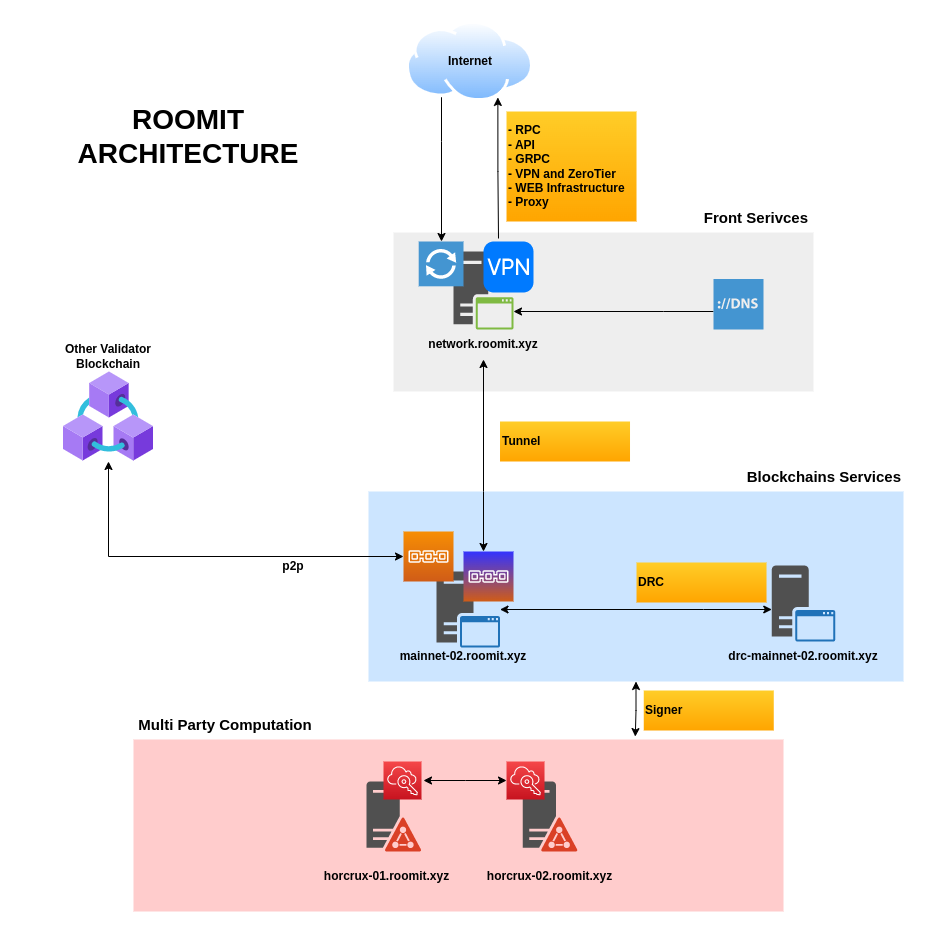
roomit-xyz/stake.roomit.xyz keeps this draw.io diagram as img/powered/RoomIT-Network.png. Above is the earlier version. Source tidied: cells renumbered, new cells last; positions are measured from the earlier drawing's top-left corner, leaving out a move shared by most shapes.
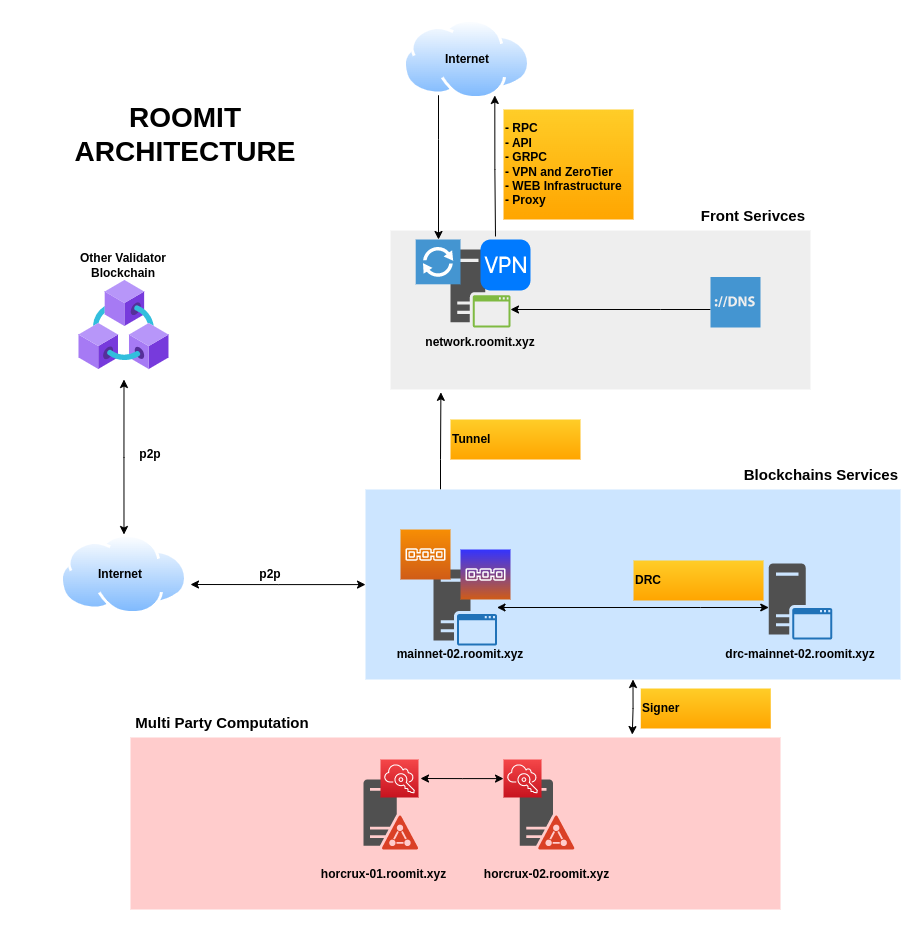
After the change.

Commit message:
Change DIagram Infrastructure

The edit, as a diff of the source:
```diff
@@ -8,6 +8,19 @@
     <mxCell id="3" style="edgeStyle=orthogonalEdgeStyle;rounded=0;jettySize=auto;html=1;exitX=0.5;exitY=1;exitDx=0;exitDy=0;entryX=0.772;entryY=-0.017;entryDx=0;entryDy=0;entryPerimeter=0;startArrow=classic;startFill=1;" parent="1" edge="1" source="4" target="7">
       <mxGeometry relative="1" as="geometry" />
     </mxCell>
+    <mxCell id="44" style="edgeStyle=orthogonalEdgeStyle;rounded=0;jettySize=auto;html=1;entryX=0.12;entryY=1.018;entryDx=0;entryDy=0;entryPerimeter=0;" parent="1" edge="1" source="4" target="2">
+      <mxGeometry relative="1" as="geometry">
+        <Array as="points">
+          <mxPoint x="420" y="440" />
+          <mxPoint x="420" y="440" />
+        </Array>
+      </mxGeometry>
+    </mxCell>
+    <mxCell id="45" style="edgeStyle=orthogonalEdgeStyle;rounded=0;jettySize=auto;html=1;startArrow=classic;startFill=1;" parent="1" edge="1" source="4">
+      <mxGeometry relative="1" as="geometry">
+        <mxPoint x="170" y="565" as="targetPoint" />
+      </mxGeometry>
+    </mxCell>
     <mxCell id="4" style="rounded=0;whiteSpace=wrap;html=1;fillColor=#cce5ff;strokeColor=none;" parent="1" vertex="1">
       <mxGeometry x="345" y="470" width="535" height="190" as="geometry" />
     </mxCell>
@@ -40,14 +53,6 @@
     <mxCell id="12" style="html=1;strokeWidth=1;shadow=0;dashed=0;shape=mxgraph.ios7.misc.vpn;fillColor=#007AFF;strokeColor=none;buttonText=;strokeColor2=#222222;fontColor=#222222;fontSize=8;verticalLabelPosition=bottom;verticalAlign=top;align=center;sketch=0;" parent="1" vertex="1">
       <mxGeometry x="460" y="220" width="50" height="51" as="geometry" />
     </mxCell>
-    <mxCell id="13" style="edgeStyle=orthogonalEdgeStyle;rounded=0;jettySize=auto;html=1;endArrow=classic;endFill=1;strokeWidth=1;startArrow=classic;startFill=1;" parent="1" edge="1" source="14" target="22">
-      <mxGeometry relative="1" as="geometry">
-        <Array as="points">
-          <mxPoint x="460" y="470" />
-          <mxPoint x="460" y="470" />
-        </Array>
-      </mxGeometry>
-    </mxCell>
     <mxCell id="14" value="network.roomit.xyz" style="text;html=1;strokeColor=none;fillColor=none;align=center;verticalAlign=middle;whiteSpace=wrap;rounded=0;fontStyle=1;" parent="1" vertex="1">
       <mxGeometry x="430" y="308" width="60" height="30" as="geometry" />
     </mxCell>
@@ -71,9 +76,6 @@
     <mxCell id="19" value="Internet" style="text;html=1;strokeColor=none;fillColor=none;align=center;verticalAlign=middle;whiteSpace=wrap;rounded=0;fontStyle=1;" parent="1" vertex="1">
       <mxGeometry x="416.5" y="25" width="60" height="30" as="geometry" />
     </mxCell>
-    <mxCell id="20" style="edgeStyle=orthogonalEdgeStyle;rounded=0;jettySize=auto;html=1;startArrow=classic;startFill=1;fontStyle=1;strokeWidth=1;" parent="1" edge="1" source="21" target="24">
-      <mxGeometry relative="1" as="geometry" />
-    </mxCell>
     <mxCell id="21" style="sketch=0;points=[[0,0,0],[0.25,0,0],[0.5,0,0],[0.75,0,0],[1,0,0],[0,1,0],[0.25,1,0],[0.5,1,0],[0.75,1,0],[1,1,0],[0,0.25,0],[0,0.5,0],[0,0.75,0],[1,0.25,0],[1,0.5,0],[1,0.75,0]];outlineConnect=0;fontColor=#232F3E;gradientColor=#F78E04;gradientDirection=north;fillColor=#D05C17;strokeColor=#ffffff;dashed=0;verticalLabelPosition=bottom;verticalAlign=top;align=center;html=1;fontSize=12;fontStyle=0;shape=mxgraph.aws4.resourceIcon;resIcon=mxgraph.aws4.blockchain;" parent="1" vertex="1">
       <mxGeometry x="380" y="510" width="50" height="50" as="geometry" />
     </mxCell>
@@ -84,13 +86,13 @@
       <mxGeometry x="483" y="90" width="130" height="110" as="geometry" />
     </mxCell>
     <mxCell id="24" style="image;html=1;points=[];align=center;fontSize=12;image=img/lib/azure2/blockchain/Azure_Blockchain_Service.svg;" parent="1" vertex="1">
-      <mxGeometry x="40" y="350" width="90" height="90" as="geometry" />
+      <mxGeometry x="58.5" y="260.5" width="90" height="90" as="geometry" />
     </mxCell>
     <mxCell id="25" value="p2p" style="text;html=1;strokeColor=none;fillColor=none;align=center;verticalAlign=middle;whiteSpace=wrap;rounded=0;fontStyle=1;" parent="1" vertex="1">
-      <mxGeometry x="240" y="530" width="60" height="30" as="geometry" />
+      <mxGeometry x="220" y="540" width="60" height="30" as="geometry" />
     </mxCell>
     <mxCell id="26" value="Other Validator Blockchain" style="text;html=1;strokeColor=none;fillColor=none;align=center;verticalAlign=middle;whiteSpace=wrap;rounded=0;fontStyle=1;" parent="1" vertex="1">
-      <mxGeometry x="15" y="320" width="140" height="30" as="geometry" />
+      <mxGeometry x="33.5" y="230.5" width="140" height="30" as="geometry" />
     </mxCell>
     <mxCell id="27" value="horcrux-01.roomit.xyz" style="text;html=1;strokeColor=none;fillColor=none;align=center;verticalAlign=middle;whiteSpace=wrap;rounded=0;fontStyle=1;" parent="1" vertex="1">
       <mxGeometry x="296.5" y="840" width="133.5" height="30" as="geometry" />
@@ -145,10 +147,24 @@
       <mxGeometry x="690" y="257.5" width="50" height="50.5" as="geometry" />
     </mxCell>
     <mxCell id="42" value="Tunnel" style="whiteSpace=wrap;html=1;fillColor=#ffcd28;gradientColor=#ffa500;strokeColor=none;align=left;fontStyle=1;" parent="1" vertex="1">
-      <mxGeometry x="476.5" y="400" width="130" height="40" as="geometry" />
+      <mxGeometry x="430" y="400" width="130" height="40" as="geometry" />
     </mxCell>
     <mxCell id="43" value="Blockchains Services" style="text;html=1;strokeColor=none;fillColor=none;align=right;verticalAlign=middle;whiteSpace=wrap;rounded=0;fontStyle=1;fontSize=15;" parent="1" vertex="1">
       <mxGeometry x="690" y="440" width="190" height="30" as="geometry" />
     </mxCell>
+    <mxCell id="46" style="edgeStyle=orthogonalEdgeStyle;rounded=0;jettySize=auto;html=1;startArrow=classic;startFill=1;" parent="1" edge="1" source="47">
+      <mxGeometry relative="1" as="geometry">
+        <mxPoint x="103.5" y="360" as="targetPoint" />
+      </mxGeometry>
+    </mxCell>
+    <mxCell id="47" style="image;perimeter=ellipsePerimeter;html=1;align=center;shadow=0;dashed=0;spacingTop=3;image=img/lib/active_directory/internet_cloud.svg;" parent="1" vertex="1">
+      <mxGeometry x="40" y="515" width="127" height="80" as="geometry" />
+    </mxCell>
+    <mxCell id="48" value="Internet" style="text;html=1;strokeColor=none;fillColor=none;align=center;verticalAlign=middle;whiteSpace=wrap;rounded=0;fontStyle=1;" parent="1" vertex="1">
+      <mxGeometry x="70" y="540" width="60" height="30" as="geometry" />
+    </mxCell>
+    <mxCell id="49" value="p2p" style="text;html=1;strokeColor=none;fillColor=none;align=center;verticalAlign=middle;whiteSpace=wrap;rounded=0;fontStyle=1;" parent="1" vertex="1">
+      <mxGeometry x="100" y="420" width="60" height="30" as="geometry" />
+    </mxCell>
   </root>
 </mxGraphModel>
```
